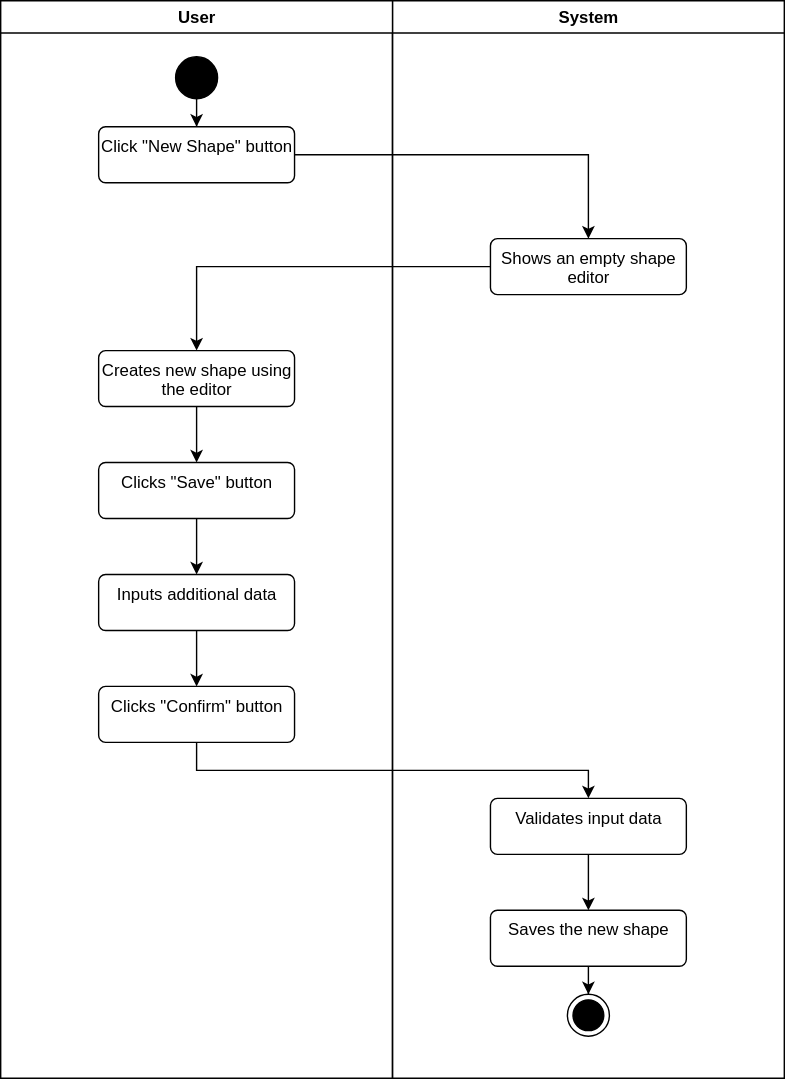
Earlier version of the draw.io export diagrams/add-shape.svg (notSnuffy/Warehouse-Manager). Source tidied: cells renumbered, new cells last; positions are measured from the earlier drawing's top-left corner, leaving out a move shared by most shapes. Its diagram source:
```xml
<mxGraphModel>
  <root>
    <mxCell id="0" />
    <mxCell id="1" parent="0" />
    <mxCell id="2" value="System" style="swimlane;whiteSpace=wrap;" parent="1" vertex="1">
      <mxGeometry x="280" width="280" height="770" as="geometry" />
    </mxCell>
    <mxCell id="3" style="ellipse;html=1;shape=endState;fillColor=strokeColor;" parent="2" vertex="1">
      <mxGeometry x="125" y="710" width="30" height="30" as="geometry" />
    </mxCell>
    <mxCell id="4" value="User" style="swimlane;whiteSpace=wrap;" parent="2" vertex="1">
      <mxGeometry x="-280" width="280" height="770" as="geometry" />
    </mxCell>
    <mxCell id="5" style="edgeStyle=orthogonalEdgeStyle;rounded=0;jettySize=auto;html=1;" parent="4" edge="1" source="6" target="7">
      <mxGeometry relative="1" as="geometry" />
    </mxCell>
    <mxCell id="6" style="ellipse;fillColor=strokeColor;html=1;" parent="4" vertex="1">
      <mxGeometry x="125" y="40" width="30" height="30" as="geometry" />
    </mxCell>
    <mxCell id="7" value="Click &quot;New Shape&quot; button" style="html=1;align=center;verticalAlign=top;rounded=1;absoluteArcSize=1;arcSize=10;dashed=0;whiteSpace=wrap;" parent="4" vertex="1">
      <mxGeometry x="70" y="90" width="140" height="40" as="geometry" />
    </mxCell>
    <mxCell id="8" style="edgeStyle=orthogonalEdgeStyle;rounded=0;jettySize=auto;html=1;entryX=0.5;entryY=0;entryDx=0;entryDy=0;" parent="4" edge="1" source="9" target="11">
      <mxGeometry relative="1" as="geometry" />
    </mxCell>
    <mxCell id="9" value="Creates new shape using the editor" style="html=1;align=center;verticalAlign=top;rounded=1;absoluteArcSize=1;arcSize=10;dashed=0;whiteSpace=wrap;" parent="4" vertex="1">
      <mxGeometry x="70" y="250" width="140" height="40" as="geometry" />
    </mxCell>
    <mxCell id="10" style="edgeStyle=orthogonalEdgeStyle;rounded=0;jettySize=auto;html=1;" parent="4" edge="1" source="11" target="13">
      <mxGeometry relative="1" as="geometry" />
    </mxCell>
    <mxCell id="11" value="Clicks &quot;Save&quot; button" style="html=1;align=center;verticalAlign=top;rounded=1;absoluteArcSize=1;arcSize=10;dashed=0;whiteSpace=wrap;" parent="4" vertex="1">
      <mxGeometry x="70" y="330" width="140" height="40" as="geometry" />
    </mxCell>
    <mxCell id="12" style="edgeStyle=orthogonalEdgeStyle;rounded=0;jettySize=auto;html=1;" parent="4" edge="1" source="13" target="14">
      <mxGeometry relative="1" as="geometry" />
    </mxCell>
    <mxCell id="13" value="Inputs additional data" style="html=1;align=center;verticalAlign=top;rounded=1;absoluteArcSize=1;arcSize=10;dashed=0;whiteSpace=wrap;" parent="4" vertex="1">
      <mxGeometry x="70" y="410" width="140" height="40" as="geometry" />
    </mxCell>
    <mxCell id="14" value="Clicks &quot;Confirm&quot; button" style="html=1;align=center;verticalAlign=top;rounded=1;absoluteArcSize=1;arcSize=10;dashed=0;whiteSpace=wrap;" parent="4" vertex="1">
      <mxGeometry x="70" y="490" width="140" height="40" as="geometry" />
    </mxCell>
    <mxCell id="15" style="edgeStyle=orthogonalEdgeStyle;rounded=0;jettySize=auto;html=1;" parent="2" edge="1" source="16" target="3">
      <mxGeometry relative="1" as="geometry" />
    </mxCell>
    <mxCell id="16" value="Saves the new shape" style="html=1;align=center;verticalAlign=top;rounded=1;absoluteArcSize=1;arcSize=10;dashed=0;whiteSpace=wrap;" parent="2" vertex="1">
      <mxGeometry x="70" y="650" width="140" height="40" as="geometry" />
    </mxCell>
    <mxCell id="17" style="edgeStyle=orthogonalEdgeStyle;rounded=0;jettySize=auto;html=1;" parent="2" edge="1" source="18" target="16">
      <mxGeometry relative="1" as="geometry" />
    </mxCell>
    <mxCell id="18" value="Validates input data" style="html=1;align=center;verticalAlign=top;rounded=1;absoluteArcSize=1;arcSize=10;dashed=0;whiteSpace=wrap;" parent="2" vertex="1">
      <mxGeometry x="70" y="570" width="140" height="40" as="geometry" />
    </mxCell>
    <mxCell id="19" value="Shows an empty shape editor" style="html=1;align=center;verticalAlign=top;rounded=1;absoluteArcSize=1;arcSize=10;dashed=0;whiteSpace=wrap;" parent="2" vertex="1">
      <mxGeometry x="70" y="170" width="140" height="40" as="geometry" />
    </mxCell>
    <mxCell id="20" style="edgeStyle=orthogonalEdgeStyle;rounded=0;jettySize=auto;html=1;" parent="2" edge="1" source="7" target="19">
      <mxGeometry relative="1" as="geometry" />
    </mxCell>
    <mxCell id="21" style="edgeStyle=orthogonalEdgeStyle;rounded=0;jettySize=auto;html=1;" parent="2" edge="1" source="19" target="9">
      <mxGeometry relative="1" as="geometry" />
    </mxCell>
    <mxCell id="22" style="edgeStyle=orthogonalEdgeStyle;rounded=0;jettySize=auto;html=1;" parent="2" edge="1" source="14" target="18">
      <mxGeometry relative="1" as="geometry">
        <Array as="points">
          <mxPoint x="-140" y="550" />
          <mxPoint x="140" y="550" />
        </Array>
      </mxGeometry>
    </mxCell>
  </root>
</mxGraphModel>
```
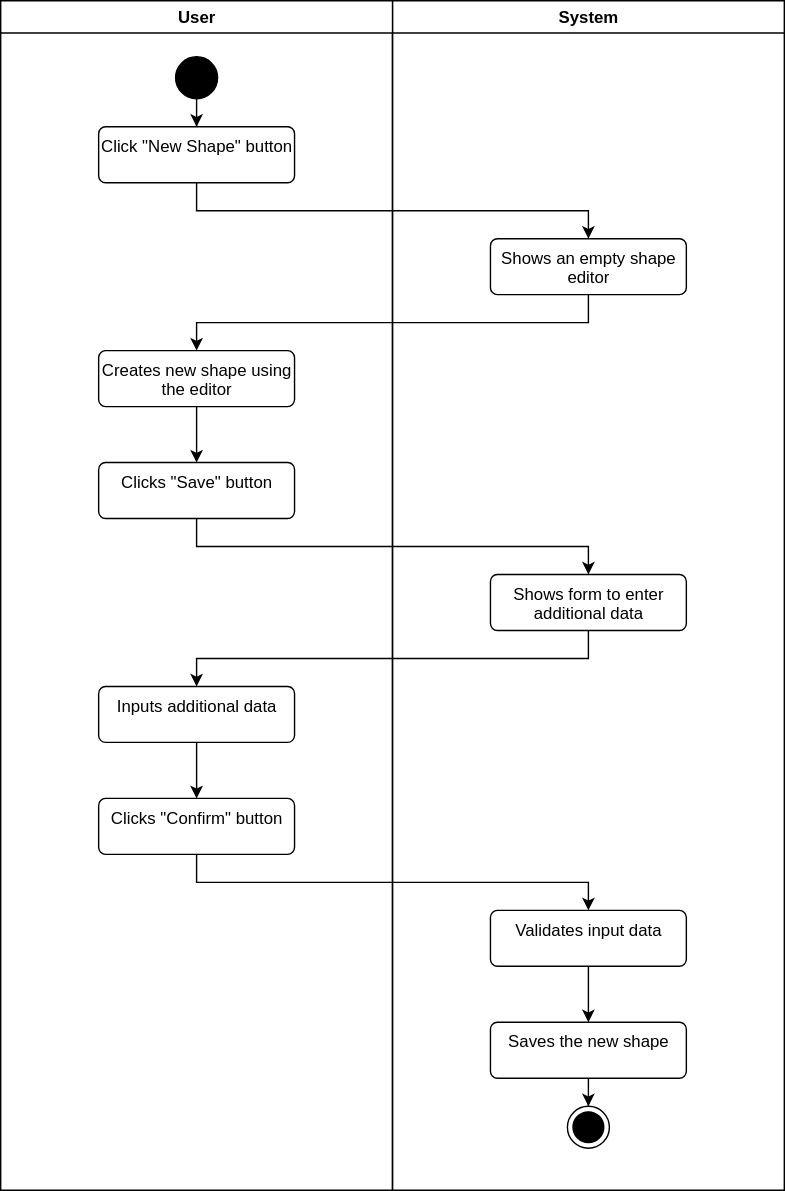
After the change.

The edit, as a diff of the source:
```diff
@@ -2,73 +2,99 @@
   <root>
     <mxCell id="0" />
     <mxCell id="1" parent="0" />
-    <mxCell id="2" value="System" style="swimlane;whiteSpace=wrap;" parent="1" vertex="1">
-      <mxGeometry x="280" width="280" height="770" as="geometry" />
+    <mxCell id="2" value="System" style="swimlane;whiteSpace=wrap;labelBackgroundColor=none;strokeColor=light-dark(#000000,#000000);" parent="1" vertex="1">
+      <mxGeometry x="280" width="280" height="850" as="geometry" />
     </mxCell>
-    <mxCell id="3" style="ellipse;html=1;shape=endState;fillColor=strokeColor;" parent="2" vertex="1">
-      <mxGeometry x="125" y="710" width="30" height="30" as="geometry" />
+    <mxCell id="3" style="ellipse;html=1;shape=endState;labelBackgroundColor=none;strokeColor=light-dark(#000000,#000000);fillColor=light-dark(#000000,#000000);" parent="2" vertex="1">
+      <mxGeometry x="125" y="790" width="30" height="30" as="geometry" />
     </mxCell>
-    <mxCell id="4" value="User" style="swimlane;whiteSpace=wrap;" parent="2" vertex="1">
-      <mxGeometry x="-280" width="280" height="770" as="geometry" />
+    <mxCell id="4" value="User" style="swimlane;whiteSpace=wrap;labelBackgroundColor=none;strokeColor=light-dark(#000000,#000000);" parent="2" vertex="1">
+      <mxGeometry x="-280" width="280" height="850" as="geometry" />
     </mxCell>
-    <mxCell id="5" style="edgeStyle=orthogonalEdgeStyle;rounded=0;jettySize=auto;html=1;" parent="4" edge="1" source="6" target="7">
+    <mxCell id="5" style="edgeStyle=orthogonalEdgeStyle;rounded=0;jettySize=auto;html=1;labelBackgroundColor=none;fontColor=default;strokeColor=light-dark(#000000,#000000);" parent="4" edge="1" source="6" target="7">
       <mxGeometry relative="1" as="geometry" />
     </mxCell>
-    <mxCell id="6" style="ellipse;fillColor=strokeColor;html=1;" parent="4" vertex="1">
+    <mxCell id="6" style="ellipse;html=1;labelBackgroundColor=none;strokeColor=light-dark(#000000,#000000);fillColor=light-dark(#000000,#000000);" parent="4" vertex="1">
       <mxGeometry x="125" y="40" width="30" height="30" as="geometry" />
     </mxCell>
-    <mxCell id="7" value="Click &quot;New Shape&quot; button" style="html=1;align=center;verticalAlign=top;rounded=1;absoluteArcSize=1;arcSize=10;dashed=0;whiteSpace=wrap;" parent="4" vertex="1">
+    <mxCell id="7" value="Click &quot;New Shape&quot; button" style="html=1;align=center;verticalAlign=top;rounded=1;absoluteArcSize=1;arcSize=10;dashed=0;whiteSpace=wrap;labelBackgroundColor=none;strokeColor=light-dark(#000000,#000000);" parent="4" vertex="1">
       <mxGeometry x="70" y="90" width="140" height="40" as="geometry" />
     </mxCell>
-    <mxCell id="8" style="edgeStyle=orthogonalEdgeStyle;rounded=0;jettySize=auto;html=1;entryX=0.5;entryY=0;entryDx=0;entryDy=0;" parent="4" edge="1" source="9" target="11">
+    <mxCell id="8" style="edgeStyle=orthogonalEdgeStyle;rounded=0;jettySize=auto;html=1;entryX=0.5;entryY=0;entryDx=0;entryDy=0;labelBackgroundColor=none;fontColor=default;strokeColor=light-dark(#000000,#000000);" parent="4" edge="1" source="9" target="11">
       <mxGeometry relative="1" as="geometry" />
     </mxCell>
-    <mxCell id="9" value="Creates new shape using the editor" style="html=1;align=center;verticalAlign=top;rounded=1;absoluteArcSize=1;arcSize=10;dashed=0;whiteSpace=wrap;" parent="4" vertex="1">
+    <mxCell id="9" value="Creates new shape using the editor" style="html=1;align=center;verticalAlign=top;rounded=1;absoluteArcSize=1;arcSize=10;dashed=0;whiteSpace=wrap;labelBackgroundColor=none;strokeColor=light-dark(#000000,#000000);" parent="4" vertex="1">
       <mxGeometry x="70" y="250" width="140" height="40" as="geometry" />
     </mxCell>
-    <mxCell id="10" style="edgeStyle=orthogonalEdgeStyle;rounded=0;jettySize=auto;html=1;" parent="4" edge="1" source="11" target="13">
-      <mxGeometry relative="1" as="geometry" />
-    </mxCell>
-    <mxCell id="11" value="Clicks &quot;Save&quot; button" style="html=1;align=center;verticalAlign=top;rounded=1;absoluteArcSize=1;arcSize=10;dashed=0;whiteSpace=wrap;" parent="4" vertex="1">
+    <mxCell id="11" value="Clicks &quot;Save&quot; button" style="html=1;align=center;verticalAlign=top;rounded=1;absoluteArcSize=1;arcSize=10;dashed=0;whiteSpace=wrap;labelBackgroundColor=none;strokeColor=light-dark(#000000,#000000);" parent="4" vertex="1">
       <mxGeometry x="70" y="330" width="140" height="40" as="geometry" />
     </mxCell>
-    <mxCell id="12" style="edgeStyle=orthogonalEdgeStyle;rounded=0;jettySize=auto;html=1;" parent="4" edge="1" source="13" target="14">
+    <mxCell id="12" style="edgeStyle=orthogonalEdgeStyle;rounded=0;jettySize=auto;html=1;entryX=0.5;entryY=0;entryDx=0;entryDy=0;labelBackgroundColor=none;fontColor=default;strokeColor=light-dark(#000000,#000000);" parent="4" edge="1" source="13" target="14">
       <mxGeometry relative="1" as="geometry" />
     </mxCell>
-    <mxCell id="13" value="Inputs additional data" style="html=1;align=center;verticalAlign=top;rounded=1;absoluteArcSize=1;arcSize=10;dashed=0;whiteSpace=wrap;" parent="4" vertex="1">
-      <mxGeometry x="70" y="410" width="140" height="40" as="geometry" />
+    <mxCell id="13" value="Inputs additional data" style="html=1;align=center;verticalAlign=top;rounded=1;absoluteArcSize=1;arcSize=10;dashed=0;whiteSpace=wrap;labelBackgroundColor=none;strokeColor=light-dark(#000000,#000000);" parent="4" vertex="1">
+      <mxGeometry x="70" y="490" width="140" height="40" as="geometry" />
     </mxCell>
-    <mxCell id="14" value="Clicks &quot;Confirm&quot; button" style="html=1;align=center;verticalAlign=top;rounded=1;absoluteArcSize=1;arcSize=10;dashed=0;whiteSpace=wrap;" parent="4" vertex="1">
-      <mxGeometry x="70" y="490" width="140" height="40" as="geometry" />
+    <mxCell id="14" value="Clicks &quot;Confirm&quot; button" style="html=1;align=center;verticalAlign=top;rounded=1;absoluteArcSize=1;arcSize=10;dashed=0;whiteSpace=wrap;labelBackgroundColor=none;strokeColor=light-dark(#000000,#000000);" parent="4" vertex="1">
+      <mxGeometry x="70" y="570" width="140" height="40" as="geometry" />
     </mxCell>
-    <mxCell id="15" style="edgeStyle=orthogonalEdgeStyle;rounded=0;jettySize=auto;html=1;" parent="2" edge="1" source="16" target="3">
+    <mxCell id="15" style="edgeStyle=orthogonalEdgeStyle;rounded=0;jettySize=auto;html=1;labelBackgroundColor=none;fontColor=default;strokeColor=light-dark(#000000,#000000);" parent="2" edge="1" source="16" target="3">
       <mxGeometry relative="1" as="geometry" />
     </mxCell>
-    <mxCell id="16" value="Saves the new shape" style="html=1;align=center;verticalAlign=top;rounded=1;absoluteArcSize=1;arcSize=10;dashed=0;whiteSpace=wrap;" parent="2" vertex="1">
-      <mxGeometry x="70" y="650" width="140" height="40" as="geometry" />
+    <mxCell id="16" value="Saves the new shape" style="html=1;align=center;verticalAlign=top;rounded=1;absoluteArcSize=1;arcSize=10;dashed=0;whiteSpace=wrap;labelBackgroundColor=none;strokeColor=light-dark(#000000,#000000);" parent="2" vertex="1">
+      <mxGeometry x="70" y="730" width="140" height="40" as="geometry" />
     </mxCell>
-    <mxCell id="17" style="edgeStyle=orthogonalEdgeStyle;rounded=0;jettySize=auto;html=1;" parent="2" edge="1" source="18" target="16">
+    <mxCell id="17" style="edgeStyle=orthogonalEdgeStyle;rounded=0;jettySize=auto;html=1;labelBackgroundColor=none;fontColor=default;strokeColor=light-dark(#000000,#000000);" parent="2" edge="1" source="18" target="16">
       <mxGeometry relative="1" as="geometry" />
     </mxCell>
-    <mxCell id="18" value="Validates input data" style="html=1;align=center;verticalAlign=top;rounded=1;absoluteArcSize=1;arcSize=10;dashed=0;whiteSpace=wrap;" parent="2" vertex="1">
-      <mxGeometry x="70" y="570" width="140" height="40" as="geometry" />
+    <mxCell id="18" value="Validates input data" style="html=1;align=center;verticalAlign=top;rounded=1;absoluteArcSize=1;arcSize=10;dashed=0;whiteSpace=wrap;labelBackgroundColor=none;strokeColor=light-dark(#000000,#000000);" parent="2" vertex="1">
+      <mxGeometry x="70" y="650" width="140" height="40" as="geometry" />
     </mxCell>
-    <mxCell id="19" value="Shows an empty shape editor" style="html=1;align=center;verticalAlign=top;rounded=1;absoluteArcSize=1;arcSize=10;dashed=0;whiteSpace=wrap;" parent="2" vertex="1">
+    <mxCell id="19" value="Shows an empty shape editor" style="html=1;align=center;verticalAlign=top;rounded=1;absoluteArcSize=1;arcSize=10;dashed=0;whiteSpace=wrap;labelBackgroundColor=none;strokeColor=light-dark(#000000,#000000);" parent="2" vertex="1">
       <mxGeometry x="70" y="170" width="140" height="40" as="geometry" />
     </mxCell>
-    <mxCell id="20" style="edgeStyle=orthogonalEdgeStyle;rounded=0;jettySize=auto;html=1;" parent="2" edge="1" source="7" target="19">
-      <mxGeometry relative="1" as="geometry" />
+    <mxCell id="20" style="edgeStyle=orthogonalEdgeStyle;rounded=0;jettySize=auto;html=1;labelBackgroundColor=none;fontColor=default;strokeColor=light-dark(#000000,#000000);" parent="2" edge="1" source="7" target="19">
+      <mxGeometry relative="1" as="geometry">
+        <Array as="points">
+          <mxPoint x="-140" y="150" />
+          <mxPoint x="140" y="150" />
+        </Array>
+      </mxGeometry>
     </mxCell>
-    <mxCell id="21" style="edgeStyle=orthogonalEdgeStyle;rounded=0;jettySize=auto;html=1;" parent="2" edge="1" source="19" target="9">
-      <mxGeometry relative="1" as="geometry" />
+    <mxCell id="21" style="edgeStyle=orthogonalEdgeStyle;rounded=0;jettySize=auto;html=1;labelBackgroundColor=none;fontColor=default;strokeColor=light-dark(#000000,#000000);" parent="2" edge="1" source="19" target="9">
+      <mxGeometry relative="1" as="geometry">
+        <Array as="points">
+          <mxPoint x="140" y="230" />
+          <mxPoint x="-140" y="230" />
+        </Array>
+      </mxGeometry>
     </mxCell>
-    <mxCell id="22" style="edgeStyle=orthogonalEdgeStyle;rounded=0;jettySize=auto;html=1;" parent="2" edge="1" source="14" target="18">
+    <mxCell id="22" style="edgeStyle=orthogonalEdgeStyle;rounded=0;jettySize=auto;html=1;labelBackgroundColor=none;fontColor=default;strokeColor=light-dark(#000000,#000000);" parent="2" edge="1" source="14" target="18">
       <mxGeometry relative="1" as="geometry">
         <Array as="points">
-          <mxPoint x="-140" y="550" />
-          <mxPoint x="140" y="550" />
+          <mxPoint x="-140" y="630" />
+          <mxPoint x="140" y="630" />
         </Array>
       </mxGeometry>
     </mxCell>
+    <mxCell id="23" style="edgeStyle=orthogonalEdgeStyle;rounded=0;jettySize=auto;html=1;labelBackgroundColor=none;fontColor=default;strokeColor=light-dark(#000000,#000000);" parent="2" edge="1" source="24" target="13">
+      <mxGeometry relative="1" as="geometry">
+        <Array as="points">
+          <mxPoint x="140" y="470" />
+          <mxPoint x="-140" y="470" />
+        </Array>
+      </mxGeometry>
+    </mxCell>
+    <mxCell id="24" value="Shows form to enter additional data" style="html=1;align=center;verticalAlign=top;rounded=1;absoluteArcSize=1;arcSize=10;dashed=0;whiteSpace=wrap;labelBackgroundColor=none;strokeColor=light-dark(#000000,#000000);" parent="2" vertex="1">
+      <mxGeometry x="70" y="410" width="140" height="40" as="geometry" />
+    </mxCell>
+    <mxCell id="25" style="edgeStyle=orthogonalEdgeStyle;rounded=0;jettySize=auto;html=1;labelBackgroundColor=none;fontColor=default;strokeColor=light-dark(#000000,#000000);" parent="2" edge="1" source="11" target="24">
+      <mxGeometry relative="1" as="geometry">
+        <Array as="points">
+          <mxPoint x="-140" y="390" />
+          <mxPoint x="140" y="390" />
+        </Array>
+      </mxGeometry>
+    </mxCell>
   </root>
 </mxGraphModel>
```
